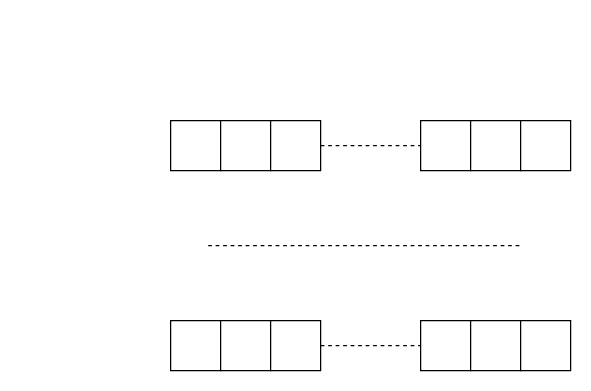
Mints2736/PicBed keeps this draw.io diagram as 未命名绘图.drawio. Above is the earlier version. Source tidied: cells renumbered, new cells numbered last; positions are measured from the earlier drawing's top-left corner, leaving out a move shared by most shapes. Both pictures are drawn from the tidied source at 125%, with x=0, y=0 at pixel (170, 120).
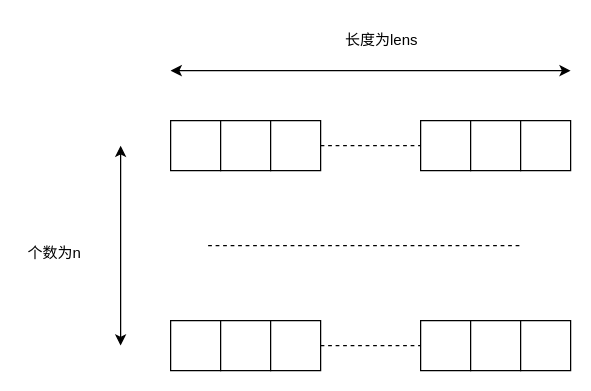
Above is the later version.

Commit message:
更新未命名绘图.drawio

Change to the diagram source:
```diff
@@
+    <mxCell id="17" style="endArrow=classic;startArrow=classic;html=1;rounded=0;" parent="1" edge="1">
+      <mxGeometry relative="1" as="geometry">
+        <mxPoint y="-40" as="sourcePoint" />
+        <mxPoint x="320" y="-40" as="targetPoint" />
+      </mxGeometry>
+    </mxCell>
+    <mxCell id="18" value="长度为lens" style="text;strokeColor=none;fillColor=none;align=left;verticalAlign=middle;spacingLeft=4;spacingRight=4;overflow=hidden;" parent="1" vertex="1">
+      <mxGeometry x="134" y="-80" width="80" height="30" as="geometry" />
+    </mxCell>
+    <mxCell id="19" style="endArrow=classic;startArrow=classic;html=1;rounded=0;" parent="1" edge="1">
+      <mxGeometry relative="1" as="geometry">
+        <mxPoint x="-40" y="20" as="sourcePoint" />
+        <mxPoint x="-40" y="180" as="targetPoint" />
+      </mxGeometry>
+    </mxCell>
+    <mxCell id="20" value="个数为n" style="text;strokeColor=none;fillColor=none;align=left;verticalAlign=middle;spacingLeft=4;spacingRight=4;overflow=hidden;" parent="1" vertex="1">
+      <mxGeometry x="-120" y="90" width="80" height="30" as="geometry" />
+    </mxCell>
```
